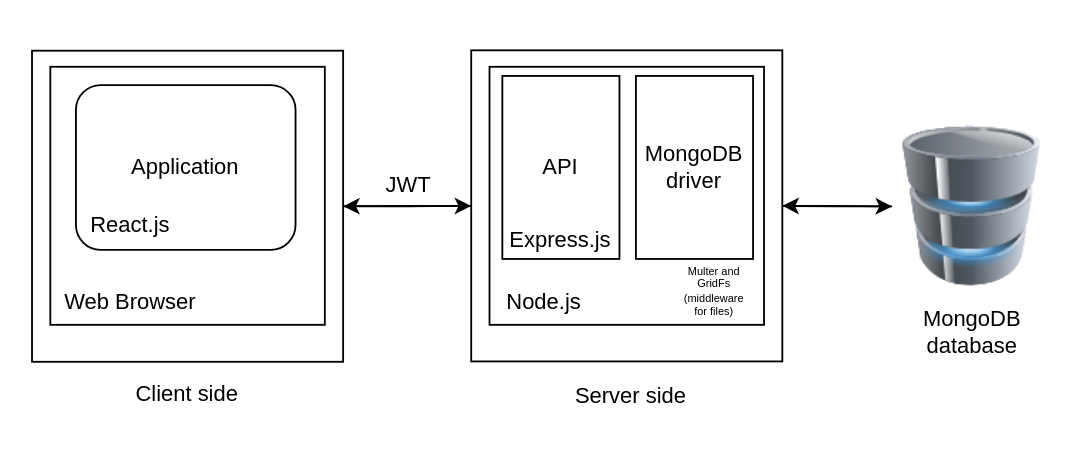
Above: project_architecture.drawio in fbs11/sights (draw.io), before the change. Source tidied: cells renumbered, new cells numbered last; positions are measured from the earlier drawing's top-left corner, leaving out a move shared by most shapes. Both pictures are drawn from the tidied source at 183%, with x=0, y=0 at pixel (31, 49).
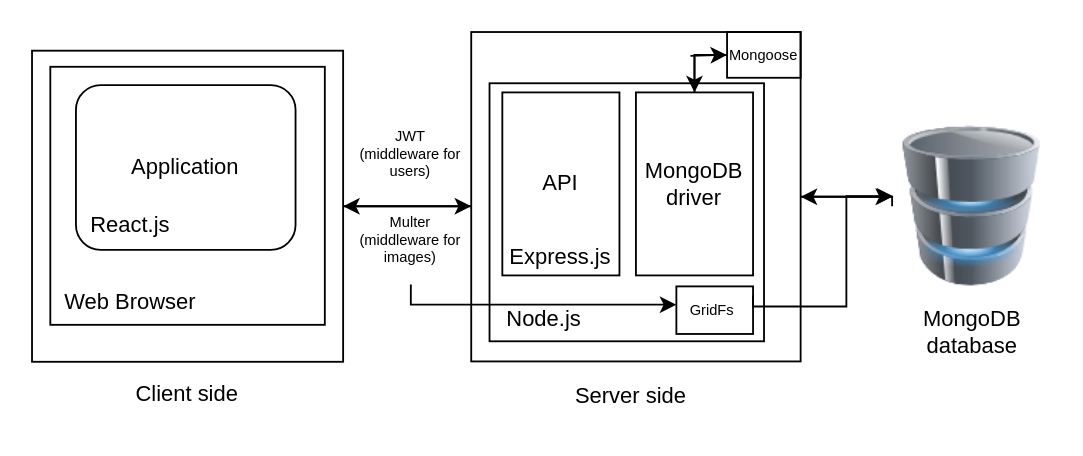
The same diagram, later.

The change refers to these unchanged cells:
```xml
<mxCell id="3" style="whiteSpace=wrap;html=1;" parent="1" vertex="1">
  <mxGeometry y="0.2" width="170" height="170" as="geometry" />
</mxCell>
<mxCell id="8" style="image;html=1;image=img/lib/clip_art/computers/Database_128x128.png;" parent="1" vertex="1">
  <mxGeometry x="470" y="41.5" width="87.5" height="87.5" as="geometry" />
</mxCell>
```

The edit, as a diff of the source:
```diff
@@
     <mxCell id="2" style="edgeStyle=orthogonalEdgeStyle;rounded=0;jettySize=auto;html=1;" parent="1" edge="1" source="3" target="6">
-      <mxGeometry relative="1" as="geometry" />
+      <mxGeometry relative="1" as="geometry">
+        <Array as="points">
+          <mxPoint x="215" y="85" />
+          <mxPoint x="215" y="85" />
+        </Array>
+      </mxGeometry>
     </mxCell>
@@
     <mxCell id="4" style="edgeStyle=orthogonalEdgeStyle;rounded=0;jettySize=auto;html=1;" parent="1" edge="1" source="6" target="8">
-      <mxGeometry relative="1" as="geometry" />
+      <mxGeometry relative="1" as="geometry">
+        <Array as="points">
+          <mxPoint x="455" y="80" />
+          <mxPoint x="455" y="80" />
+        </Array>
+      </mxGeometry>
     </mxCell>
     <mxCell id="5" style="edgeStyle=orthogonalEdgeStyle;rounded=0;jettySize=auto;html=1;entryX=1;entryY=0.5;entryDx=0;entryDy=0;" parent="1" edge="1" source="6" target="3">
-      <mxGeometry relative="1" as="geometry" />
+      <mxGeometry relative="1" as="geometry">
+        <Array as="points">
+          <mxPoint x="205" y="85" />
+        </Array>
+      </mxGeometry>
     </mxCell>
     <mxCell id="6" style="whiteSpace=wrap;html=1;" parent="1" vertex="1">
-      <mxGeometry x="240" width="170" height="170" as="geometry" />
+      <mxGeometry x="240" y="-10" width="180" height="180" as="geometry" />
     </mxCell>
     <mxCell id="7" style="edgeStyle=orthogonalEdgeStyle;rounded=0;jettySize=auto;html=1;exitX=0;exitY=0.5;exitDx=0;exitDy=0;entryX=1;entryY=0.5;entryDx=0;entryDy=0;" parent="1" edge="1" source="8" target="6">
-      <mxGeometry relative="1" as="geometry" />
+      <mxGeometry relative="1" as="geometry">
+        <Array as="points">
+          <mxPoint x="470" y="80" />
+        </Array>
+      </mxGeometry>
     </mxCell>
@@
     <mxCell id="16" style="rounded=0;whiteSpace=wrap;html=1;" parent="1" vertex="1">
-      <mxGeometry x="250" y="9" width="150" height="141" as="geometry" />
+      <mxGeometry x="250" y="18" width="150" height="141" as="geometry" />
     </mxCell>
     <mxCell id="17" value="Node.js" style="text;html=1;strokeColor=none;fillColor=none;align=center;verticalAlign=middle;whiteSpace=wrap;rounded=0;" parent="1" vertex="1">
-      <mxGeometry x="230" y="123" width="100" height="30" as="geometry" />
+      <mxGeometry x="230" y="132" width="100" height="30" as="geometry" />
     </mxCell>
+    <mxCell id="23" style="edgeStyle=orthogonalEdgeStyle;rounded=0;jettySize=auto;html=1;entryX=0;entryY=0.5;entryDx=0;entryDy=0;" parent="1" edge="1" source="18" target="28">
+      <mxGeometry relative="1" as="geometry" />
+    </mxCell>
     <mxCell id="18" value="MongoDB driver" style="rounded=0;whiteSpace=wrap;html=1;" parent="1" vertex="1">
-      <mxGeometry x="330" y="14" width="64" height="100" as="geometry" />
+      <mxGeometry x="330" y="23" width="64" height="100" as="geometry" />
     </mxCell>
     <mxCell id="19" value="API" style="rounded=0;whiteSpace=wrap;html=1;" parent="1" vertex="1">
-      <mxGeometry x="257" y="14" width="64" height="100" as="geometry" />
+      <mxGeometry x="257" y="23" width="64" height="100" as="geometry" />
     </mxCell>
     <mxCell id="20" value="Express.js" style="text;html=1;strokeColor=none;fillColor=none;align=center;verticalAlign=middle;whiteSpace=wrap;rounded=0;" parent="1" vertex="1">
-      <mxGeometry x="259" y="89" width="60" height="30" as="geometry" />
+      <mxGeometry x="259" y="98" width="60" height="30" as="geometry" />
     </mxCell>
-    <mxCell id="21" value="JWT" style="text;html=1;strokeColor=none;fillColor=none;align=center;verticalAlign=middle;whiteSpace=wrap;rounded=0;" parent="1" vertex="1">
-      <mxGeometry x="176" y="59" width="60" height="30" as="geometry" />
+    <mxCell id="21" value="JWT (middleware for users)" style="text;html=1;strokeColor=none;fillColor=none;align=center;verticalAlign=middle;whiteSpace=wrap;rounded=0;fontSize=8;" parent="1" vertex="1">
+      <mxGeometry x="177" y="41.5" width="60" height="30" as="geometry" />
     </mxCell>
+    <mxCell id="24" style="edgeStyle=orthogonalEdgeStyle;rounded=0;orthogonalLoop=1;jettySize=auto;html=1;exitX=1;exitY=0.5;exitDx=0;exitDy=0;entryX=0.007;entryY=0.425;entryDx=0;entryDy=0;entryPerimeter=0;" parent="1" edge="1">
+      <mxGeometry relative="1" as="geometry">
+        <mxPoint x="394" y="134" as="sourcePoint" />
+        <mxPoint x="470.6" y="79.7" as="targetPoint" />
+        <Array as="points">
+          <mxPoint x="394" y="140" />
+          <mxPoint x="445" y="140" />
+          <mxPoint x="445" y="80" />
+        </Array>
+      </mxGeometry>
+    </mxCell>
-    <mxCell id="22" value="Multer and GridFs (middleware for files)" style="text;html=1;strokeColor=none;fillColor=none;align=center;verticalAlign=middle;whiteSpace=wrap;rounded=0;fontSize=6;" parent="1" vertex="1">
-      <mxGeometry x="352.1" y="113" width="41.9" height="37" as="geometry" />
+    <mxCell id="22" value="GridFs&amp;nbsp;" style="text;html=1;align=center;verticalAlign=middle;whiteSpace=wrap;rounded=0;fontSize=8;strokeColor=default;" parent="1" vertex="1">
+      <mxGeometry x="352.1" y="129" width="41.9" height="26" as="geometry" />
     </mxCell>
+    <mxCell id="25" style="edgeStyle=orthogonalEdgeStyle;rounded=0;jettySize=auto;html=1;" parent="1" edge="1" target="22">
+      <mxGeometry relative="1" as="geometry">
+        <mxPoint x="207" y="128" as="sourcePoint" />
+        <Array as="points">
+          <mxPoint x="207" y="139" />
+        </Array>
+      </mxGeometry>
+    </mxCell>
+    <mxCell id="26" value="Multer (middleware for images)" style="text;html=1;strokeColor=none;fillColor=none;align=center;verticalAlign=middle;whiteSpace=wrap;rounded=0;fontSize=8;" parent="1" vertex="1">
+      <mxGeometry x="177" y="89" width="60" height="30" as="geometry" />
+    </mxCell>
+    <mxCell id="27" style="edgeStyle=orthogonalEdgeStyle;rounded=0;jettySize=auto;html=1;exitX=0;exitY=0.5;exitDx=0;exitDy=0;entryX=0.5;entryY=0;entryDx=0;entryDy=0;" parent="1" edge="1" source="28" target="18">
+      <mxGeometry relative="1" as="geometry" />
+    </mxCell>
+    <mxCell id="28" value="Mongoose" style="text;html=1;align=center;verticalAlign=middle;whiteSpace=wrap;rounded=0;fontSize=8;strokeColor=default;" parent="1" vertex="1">
+      <mxGeometry x="379.8" y="-10" width="40.2" height="25" as="geometry" />
+    </mxCell>
```
